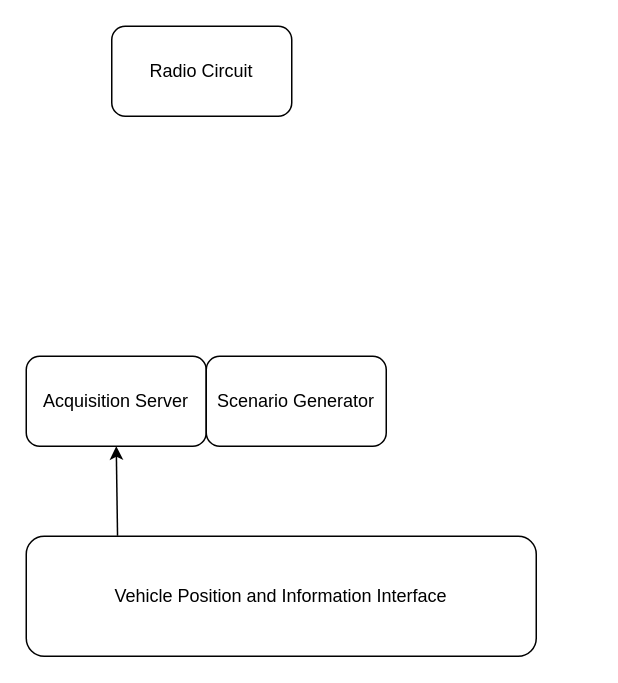
Before: page "Blockdiagram" (1 of 3) of GNSS Datalogger Blockdiagram.drawio in torejohansson97/tightly-coupled-gnss-data-logger, a draw.io diagram. Source tidied: cells renumbered, new cells numbered last; positions are measured from the earlier drawing's top-left corner, leaving out a move shared by most shapes. Both pictures are drawn from the tidied source at 150%, with x=0, y=0 at pixel (26, 26).
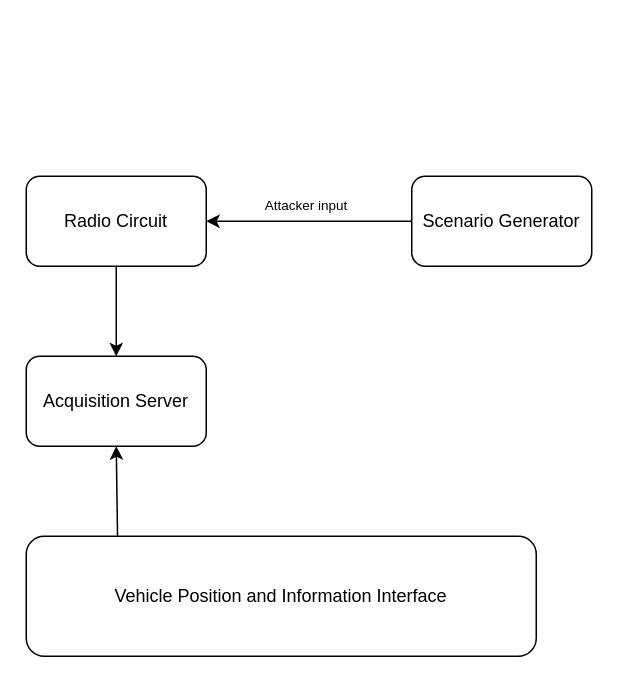
After the change.

Diff of the diagram source:
```diff
@@
 <mxGraphModel>
   <root>
     <mxCell id="0" />
     <mxCell id="1" parent="0" />
     <mxCell id="2" value="Vehicle Position and Information Interface " style="rounded=1;whiteSpace=wrap;html=1;" parent="1" vertex="1">
       <mxGeometry y="340" width="340" height="80" as="geometry" />
     </mxCell>
     <mxCell id="3" value="Acquisition Server" style="rounded=1;whiteSpace=wrap;html=1;" parent="1" vertex="1">
       <mxGeometry y="220" width="120" height="60" as="geometry" />
     </mxCell>
+    <mxCell id="7" style="edgeStyle=orthogonalEdgeStyle;rounded=0;jettySize=auto;html=1;entryX=1;entryY=0.5;entryDx=0;entryDy=0;fontSize=20;" parent="1" edge="1" source="4" target="6">
+      <mxGeometry relative="1" as="geometry" />
+    </mxCell>
     <mxCell id="4" value="Scenario Generator" style="rounded=1;whiteSpace=wrap;html=1;" parent="1" vertex="1">
-      <mxGeometry x="120" y="220" width="120" height="60" as="geometry" />
+      <mxGeometry x="257" y="100" width="120" height="60" as="geometry" />
     </mxCell>
     <mxCell id="5" style="endArrow=classic;html=1;rounded=0;entryX=0.5;entryY=1;entryDx=0;entryDy=0;exitX=0.179;exitY=-0.005;exitDx=0;exitDy=0;exitPerimeter=0;" parent="1" edge="1" source="2" target="3">
       <mxGeometry relative="1" as="geometry" />
     </mxCell>
+    <mxCell id="8" style="edgeStyle=orthogonalEdgeStyle;rounded=0;jettySize=auto;html=1;entryX=0.5;entryY=0;entryDx=0;entryDy=0;fontSize=20;" parent="1" edge="1" source="6" target="3">
+      <mxGeometry relative="1" as="geometry" />
+    </mxCell>
     <mxCell id="6" value="Radio Circuit" style="rounded=1;whiteSpace=wrap;html=1;" parent="1" vertex="1">
-      <mxGeometry x="57" width="120" height="60" as="geometry" />
+      <mxGeometry y="100" width="120" height="60" as="geometry" />
     </mxCell>
+    <mxCell id="9" value="&lt;font style=&quot;font-size: 9px;&quot;&gt;Attacker input&lt;/font&gt;" style="text;html=1;strokeColor=none;fillColor=none;align=center;verticalAlign=middle;whiteSpace=wrap;rounded=0;fontSize=20;" parent="1" vertex="1">
+      <mxGeometry x="127" y="100" width="120" height="30" as="geometry" />
+    </mxCell>
   </root>
 </mxGraphModel>
```
